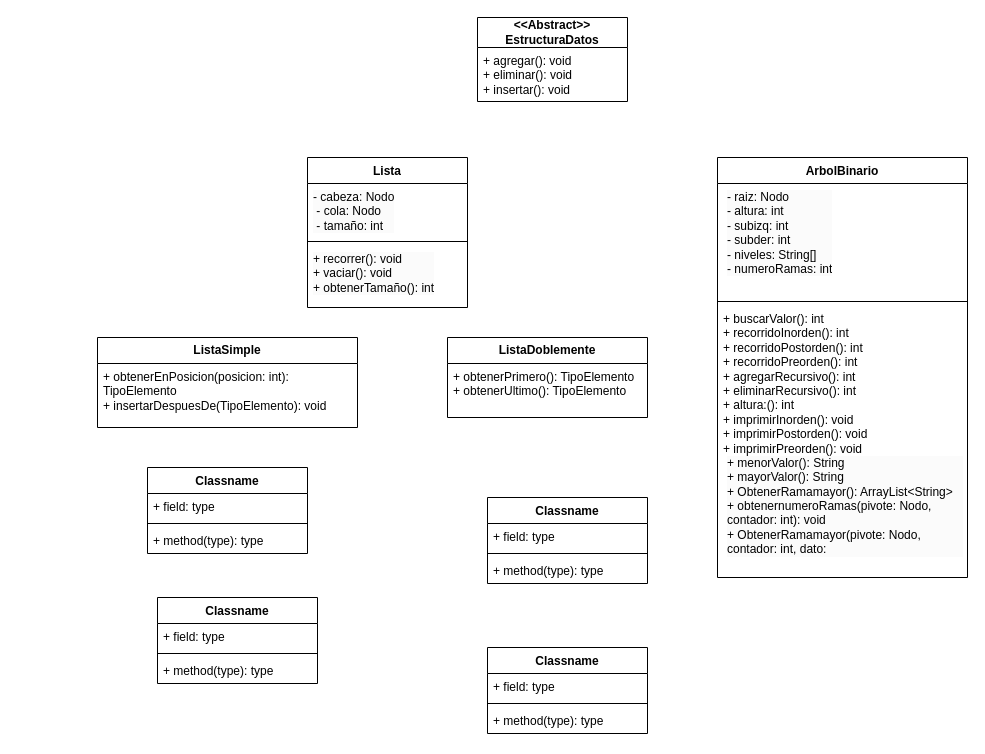
Nikooll/ACD---Estructuras-de-datos keeps this draw.io diagram as ACD - Estructuras de datos.drawio. Above is the earlier version. Source tidied: cells renumbered, new cells numbered last; positions are measured from the earlier drawing's top-left corner, leaving out a move shared by most shapes. Both pictures are drawn from the tidied source at 100%, with x=0, y=0 at pixel (97, 17).
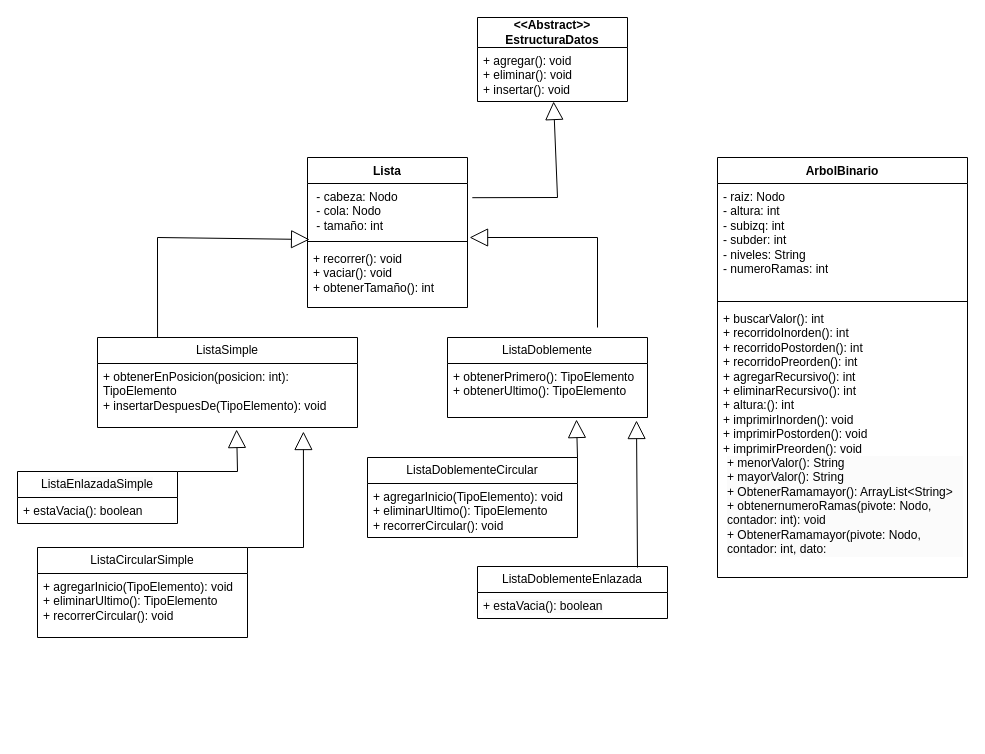
After the change.

Unchanged cells that the change refers to:
```xml
<mxCell id="3" value="+ agregar(): void&lt;br&gt;+ eliminar(): void&lt;br&gt;+ insertar(): void" style="text;strokeColor=none;fillColor=none;align=left;verticalAlign=top;spacingLeft=4;spacingRight=4;overflow=hidden;points=[[0,0.5],[1,0.5]];portConstraint=eastwest;whiteSpace=wrap;html=1;" parent="2" vertex="1">
  <mxGeometry y="30" width="150" height="54" as="geometry" />
</mxCell>
<mxCell id="4" value="ArbolBinario" style="swimlane;fontStyle=1;align=center;verticalAlign=top;horizontal=1;startSize=26;whiteSpace=wrap;html=1;" parent="1" vertex="1">
  <mxGeometry x="620" y="140" width="250" height="420" as="geometry" />
</mxCell>
<mxCell id="8" value="Lista" style="swimlane;fontStyle=1;align=center;verticalAlign=top;horizontal=1;startSize=26;whiteSpace=wrap;html=1;" parent="1" vertex="1">
  <mxGeometry x="210" y="140" width="160" height="150" as="geometry" />
</mxCell>
<mxCell id="10" style="line;strokeWidth=1;fillColor=none;align=left;verticalAlign=middle;spacingTop=-1;spacingLeft=3;spacingRight=3;labelPosition=right;points=[];portConstraint=eastwest;strokeColor=inherit;" parent="8" vertex="1">
  <mxGeometry y="80" width="160" height="8" as="geometry" />
</mxCell>
<mxCell id="13" value="+ obtenerPrimero(): TipoElemento&lt;br&gt;+ obtenerUltimo(): TipoElemento" style="text;strokeColor=none;fillColor=none;align=left;verticalAlign=top;spacingLeft=4;spacingRight=4;overflow=hidden;points=[[0,0.5],[1,0.5]];portConstraint=eastwest;whiteSpace=wrap;html=1;" parent="12" vertex="1">
  <mxGeometry y="26" width="200" height="54" as="geometry" />
</mxCell>
<mxCell id="15" value="+ obtenerEnPosicion(posicion: int): TipoElemento&lt;br&gt;+ insertarDespuesDe(TipoElemento): void&amp;nbsp;&amp;nbsp; " style="text;strokeColor=none;fillColor=none;align=left;verticalAlign=top;spacingLeft=4;spacingRight=4;overflow=hidden;points=[[0,0.5],[1,0.5]];portConstraint=eastwest;whiteSpace=wrap;html=1;" parent="14" vertex="1">
  <mxGeometry y="26" width="260" height="64" as="geometry" />
</mxCell>
```

What changed in the source:
```diff
@@
-    <mxCell id="5" value="&lt;p style=&quot;forced-color-adjust: none; color: rgb(0, 0, 0); font-family: Helvetica; font-size: 12px; font-style: normal; font-variant-ligatures: normal; font-variant-caps: normal; font-weight: 400; letter-spacing: normal; orphans: 2; text-align: left; text-indent: 0px; text-transform: none; widows: 2; word-spacing: 0px; -webkit-text-stroke-width: 0px; white-space: normal; background-color: rgb(251, 251, 251); text-decoration-thickness: initial; text-decoration-style: initial; text-decoration-color: initial; margin: 0px 0px 0px 4px;&quot;&gt;&lt;span style=&quot;forced-color-adjust: none; background-color: initial;&quot;&gt;- raiz: Nodo&lt;/span&gt;&lt;/p&gt;&lt;p style=&quot;forced-color-adjust: none; color: rgb(0, 0, 0); font-family: Helvetica; font-size: 12px; font-style: normal; font-variant-ligatures: normal; font-variant-caps: normal; font-weight: 400; letter-spacing: normal; orphans: 2; text-align: left; text-indent: 0px; text-transform: none; widows: 2; word-spacing: 0px; -webkit-text-stroke-width: 0px; white-space: normal; background-color: rgb(251, 251, 251); text-decoration-thickness: initial; text-decoration-style: initial; text-decoration-color: initial; margin: 0px 0px 0px 4px;&quot;&gt;&lt;span style=&quot;forced-color-adjust: none; background-color: initial;&quot;&gt;- altura: int&lt;/span&gt;&lt;/p&gt;&lt;p style=&quot;forced-color-adjust: none; color: rgb(0, 0, 0); font-family: Helvetica; font-size: 12px; font-style: normal; font-variant-ligatures: normal; font-variant-caps: normal; font-weight: 400; letter-spacing: normal; orphans: 2; text-align: left; text-indent: 0px; text-transform: none; widows: 2; word-spacing: 0px; -webkit-text-stroke-width: 0px; white-space: normal; background-color: rgb(251, 251, 251); text-decoration-thickness: initial; text-decoration-style: initial; text-decoration-color: initial; margin: 0px 0px 0px 4px;&quot;&gt;&lt;span style=&quot;forced-color-adjust: none; background-color: initial;&quot;&gt;- subizq: int&lt;/span&gt;&lt;/p&gt;&lt;p style=&quot;forced-color-adjust: none; color: rgb(0, 0, 0); font-family: Helvetica; font-size: 12px; font-style: normal; font-variant-ligatures: normal; font-variant-caps: normal; font-weight: 400; letter-spacing: normal; orphans: 2; text-align: left; text-indent: 0px; text-transform: none; widows: 2; word-spacing: 0px; -webkit-text-stroke-width: 0px; white-space: normal; background-color: rgb(251, 251, 251); text-decoration-thickness: initial; text-decoration-style: initial; text-decoration-color: initial; margin: 0px 0px 0px 4px;&quot;&gt;&lt;span style=&quot;forced-color-adjust: none; background-color: initial;&quot;&gt;- subder: int&lt;/span&gt;&lt;/p&gt;&lt;p style=&quot;forced-color-adjust: none; color: rgb(0, 0, 0); font-family: Helvetica; font-size: 12px; font-style: normal; font-variant-ligatures: normal; font-variant-caps: normal; font-weight: 400; letter-spacing: normal; orphans: 2; text-align: left; text-indent: 0px; text-transform: none; widows: 2; word-spacing: 0px; -webkit-text-stroke-width: 0px; white-space: normal; background-color: rgb(251, 251, 251); text-decoration-thickness: initial; text-decoration-style: initial; text-decoration-color: initial; margin: 0px 0px 0px 4px;&quot;&gt;&lt;span style=&quot;forced-color-adjust: none; background-color: initial;&quot;&gt;- niveles: String[]&lt;/span&gt;&lt;/p&gt;&lt;p style=&quot;forced-color-adjust: none; color: rgb(0, 0, 0); font-family: Helvetica; font-size: 12px; font-style: normal; font-variant-ligatures: normal; font-variant-caps: normal; font-weight: 400; letter-spacing: normal; orphans: 2; text-align: left; text-indent: 0px; text-transform: none; widows: 2; word-spacing: 0px; -webkit-text-stroke-width: 0px; white-space: normal; background-color: rgb(251, 251, 251); text-decoration-thickness: initial; text-decoration-style: initial; text-decoration-color: initial; margin: 0px 0px 0px 4px;&quot;&gt;&lt;span style=&quot;forced-color-adjust: none; background-color: initial;&quot;&gt;- numeroRamas: int&lt;/span&gt;&lt;/p&gt;" style="text;strokeColor=none;fillColor=none;align=left;verticalAlign=top;spacingLeft=4;spacingRight=4;overflow=hidden;whiteSpace=wrap;html=1;" parent="4" vertex="1">
+    <mxCell id="5" value="- raiz: Nodo&lt;br&gt;- altura: int&lt;br&gt;- subizq: int&lt;br&gt;- subder: int&lt;br&gt;- niveles: String&lt;br&gt;- numeroRamas: int" style="text;strokeColor=none;fillColor=none;align=left;verticalAlign=top;spacingLeft=4;spacingRight=4;overflow=hidden;whiteSpace=wrap;html=1;" parent="4" vertex="1">
       <mxGeometry y="26" width="250" height="114" as="geometry" />
     </mxCell>
@@
-    <mxCell id="9" value="&lt;span style=&quot;color: rgb(0, 0, 0); font-family: Helvetica; font-size: 12px; font-style: normal; font-variant-ligatures: normal; font-variant-caps: normal; font-weight: 400; letter-spacing: normal; orphans: 2; text-align: left; text-indent: 0px; text-transform: none; widows: 2; word-spacing: 0px; -webkit-text-stroke-width: 0px; white-space: normal; background-color: rgb(251, 251, 251); text-decoration-thickness: initial; text-decoration-style: initial; text-decoration-color: initial; display: inline !important; float: none;&quot;&gt;- cabeza: Nodo&lt;/span&gt;&lt;div style=&quot;forced-color-adjust: none; color: rgb(0, 0, 0); font-family: Helvetica; font-size: 12px; font-style: normal; font-variant-ligatures: normal; font-variant-caps: normal; font-weight: 400; letter-spacing: normal; orphans: 2; text-align: left; text-indent: 0px; text-transform: none; widows: 2; word-spacing: 0px; -webkit-text-stroke-width: 0px; white-space: normal; background-color: rgb(251, 251, 251); text-decoration-thickness: initial; text-decoration-style: initial; text-decoration-color: initial;&quot;&gt;&lt;span style=&quot;forced-color-adjust: none; background-color: initial;&quot;&gt;&amp;nbsp;- cola: Nodo&lt;/span&gt;&amp;nbsp;&lt;/div&gt;&lt;div style=&quot;forced-color-adjust: none; color: rgb(0, 0, 0); font-family: Helvetica; font-size: 12px; font-style: normal; font-variant-ligatures: normal; font-variant-caps: normal; font-weight: 400; letter-spacing: normal; orphans: 2; text-align: left; text-indent: 0px; text-transform: none; widows: 2; word-spacing: 0px; -webkit-text-stroke-width: 0px; white-space: normal; background-color: rgb(251, 251, 251); text-decoration-thickness: initial; text-decoration-style: initial; text-decoration-color: initial;&quot;&gt;&amp;nbsp;- tamaño: int&lt;/div&gt;" style="text;strokeColor=none;fillColor=none;align=left;verticalAlign=top;spacingLeft=4;spacingRight=4;overflow=hidden;points=[[0,0.5],[1,0.5]];portConstraint=eastwest;whiteSpace=wrap;html=1;" parent="8" vertex="1">
+    <mxCell id="9" value="&amp;nbsp;- cabeza: Nodo&lt;br&gt;&lt;div&gt;&amp;nbsp;- cola: Nodo&amp;nbsp;&lt;/div&gt;&lt;div&gt;&amp;nbsp;- tamaño: int&amp;nbsp; &lt;/div&gt;" style="text;strokeColor=none;fillColor=none;align=left;verticalAlign=top;spacingLeft=4;spacingRight=4;overflow=hidden;points=[[0,0.5],[1,0.5]];portConstraint=eastwest;whiteSpace=wrap;html=1;" parent="8" vertex="1">
       <mxGeometry y="26" width="160" height="54" as="geometry" />
     </mxCell>
@@
-    <mxCell id="11" value="&lt;div style=&quot;forced-color-adjust: none; color: rgb(0, 0, 0); font-family: Helvetica; font-size: 12px; font-style: normal; font-variant-ligatures: normal; font-variant-caps: normal; font-weight: 400; letter-spacing: normal; orphans: 2; text-align: left; text-indent: 0px; text-transform: none; widows: 2; word-spacing: 0px; -webkit-text-stroke-width: 0px; white-space: normal; background-color: rgb(251, 251, 251); text-decoration-thickness: initial; text-decoration-style: initial; text-decoration-color: initial;&quot;&gt;&lt;div style=&quot;forced-color-adjust: none;&quot;&gt;+ recorrer(): void&lt;/div&gt;&lt;div style=&quot;forced-color-adjust: none;&quot;&gt;&lt;span style=&quot;forced-color-adjust: none; background-color: initial;&quot;&gt;+ vaciar(): void&lt;/span&gt;&lt;br style=&quot;forced-color-adjust: none;&quot;&gt;&lt;/div&gt;&lt;/div&gt;&lt;div style=&quot;forced-color-adjust: none; color: rgb(0, 0, 0); font-family: Helvetica; font-size: 12px; font-style: normal; font-variant-ligatures: normal; font-variant-caps: normal; font-weight: 400; letter-spacing: normal; orphans: 2; text-align: left; text-indent: 0px; text-transform: none; widows: 2; word-spacing: 0px; -webkit-text-stroke-width: 0px; white-space: normal; background-color: rgb(251, 251, 251); text-decoration-thickness: initial; text-decoration-style: initial; text-decoration-color: initial;&quot;&gt;+ obtenerTamaño(): int&lt;/div&gt;" style="text;strokeColor=none;fillColor=none;align=left;verticalAlign=top;spacingLeft=4;spacingRight=4;overflow=hidden;whiteSpace=wrap;html=1;" parent="8" vertex="1">
+    <mxCell id="11" value="+ recorrer(): void&lt;br&gt;+ vaciar(): void&lt;br&gt;+ obtenerTamaño(): int" style="text;strokeColor=none;fillColor=none;align=left;verticalAlign=top;spacingLeft=4;spacingRight=4;overflow=hidden;whiteSpace=wrap;html=1;" parent="8" vertex="1">
       <mxGeometry y="88" width="160" height="62" as="geometry" />
     </mxCell>
-    <mxCell id="12" value="&lt;b&gt;ListaDoblemente&lt;/b&gt;" style="swimlane;fontStyle=0;horizontal=1;startSize=26;fillColor=none;whiteSpace=wrap;html=1;" parent="1" vertex="1">
+    <mxCell id="12" value="ListaDoblemente" style="swimlane;fontStyle=0;horizontal=1;startSize=26;fillColor=none;whiteSpace=wrap;html=1;" parent="1" vertex="1">
       <mxGeometry x="350" y="320" width="200" height="80" as="geometry" />
     </mxCell>
@@
-    <mxCell id="14" value="&lt;b&gt;ListaSimple&lt;/b&gt;" style="swimlane;fontStyle=0;horizontal=1;startSize=26;fillColor=none;whiteSpace=wrap;html=1;" parent="1" vertex="1">
+    <mxCell id="14" value="ListaSimple" style="swimlane;fontStyle=0;horizontal=1;startSize=26;fillColor=none;whiteSpace=wrap;html=1;" parent="1" vertex="1">
       <mxGeometry y="320" width="260" height="90" as="geometry" />
     </mxCell>
@@
-    <mxCell id="16" value="Classname" style="swimlane;fontStyle=1;align=center;verticalAlign=top;horizontal=1;startSize=26;whiteSpace=wrap;html=1;" parent="1" vertex="1">
-      <mxGeometry x="390" y="480" width="160" height="86" as="geometry" />
-    </mxCell>
-    <mxCell id="17" value="+ field: type" style="text;strokeColor=none;fillColor=none;align=left;verticalAlign=top;spacingLeft=4;spacingRight=4;overflow=hidden;whiteSpace=wrap;html=1;" parent="16" vertex="1">
-      <mxGeometry y="26" width="160" height="26" as="geometry" />
-    </mxCell>
-    <mxCell id="18" style="line;strokeWidth=1;fillColor=none;align=left;verticalAlign=middle;spacingTop=-1;spacingLeft=3;spacingRight=3;labelPosition=right;strokeColor=inherit;" parent="16" vertex="1">
-      <mxGeometry y="52" width="160" height="8" as="geometry" />
-    </mxCell>
-    <mxCell id="19" value="+ method(type): type" style="text;strokeColor=none;fillColor=none;align=left;verticalAlign=top;spacingLeft=4;spacingRight=4;overflow=hidden;whiteSpace=wrap;html=1;" parent="16" vertex="1">
-      <mxGeometry y="60" width="160" height="26" as="geometry" />
-    </mxCell>
-    <mxCell id="20" value="Classname" style="swimlane;fontStyle=1;align=center;verticalAlign=top;horizontal=1;startSize=26;whiteSpace=wrap;html=1;" parent="1" vertex="1">
-      <mxGeometry x="50" y="450" width="160" height="86" as="geometry" />
-    </mxCell>
-    <mxCell id="21" value="+ field: type" style="text;strokeColor=none;fillColor=none;align=left;verticalAlign=top;spacingLeft=4;spacingRight=4;overflow=hidden;whiteSpace=wrap;html=1;" parent="20" vertex="1">
-      <mxGeometry y="26" width="160" height="26" as="geometry" />
-    </mxCell>
-    <mxCell id="22" style="line;strokeWidth=1;fillColor=none;align=left;verticalAlign=middle;spacingTop=-1;spacingLeft=3;spacingRight=3;labelPosition=right;strokeColor=inherit;" parent="20" vertex="1">
-      <mxGeometry y="52" width="160" height="8" as="geometry" />
-    </mxCell>
-    <mxCell id="23" value="+ method(type): type" style="text;strokeColor=none;fillColor=none;align=left;verticalAlign=top;spacingLeft=4;spacingRight=4;overflow=hidden;whiteSpace=wrap;html=1;" parent="20" vertex="1">
-      <mxGeometry y="60" width="160" height="26" as="geometry" />
-    </mxCell>
-    <mxCell id="24" value="Classname" style="swimlane;fontStyle=1;align=center;verticalAlign=top;horizontal=1;startSize=26;whiteSpace=wrap;html=1;" parent="1" vertex="1">
-      <mxGeometry x="390" y="630" width="160" height="86" as="geometry" />
-    </mxCell>
-    <mxCell id="25" value="+ field: type" style="text;strokeColor=none;fillColor=none;align=left;verticalAlign=top;spacingLeft=4;spacingRight=4;overflow=hidden;whiteSpace=wrap;html=1;" parent="24" vertex="1">
-      <mxGeometry y="26" width="160" height="26" as="geometry" />
-    </mxCell>
-    <mxCell id="26" style="line;strokeWidth=1;fillColor=none;align=left;verticalAlign=middle;spacingTop=-1;spacingLeft=3;spacingRight=3;labelPosition=right;strokeColor=inherit;" parent="24" vertex="1">
-      <mxGeometry y="52" width="160" height="8" as="geometry" />
-    </mxCell>
-    <mxCell id="27" value="+ method(type): type" style="text;strokeColor=none;fillColor=none;align=left;verticalAlign=top;spacingLeft=4;spacingRight=4;overflow=hidden;whiteSpace=wrap;html=1;" parent="24" vertex="1">
-      <mxGeometry y="60" width="160" height="26" as="geometry" />
-    </mxCell>
-    <mxCell id="28" value="Classname" style="swimlane;fontStyle=1;align=center;verticalAlign=top;horizontal=1;startSize=26;whiteSpace=wrap;html=1;" parent="1" vertex="1">
-      <mxGeometry x="60" y="580" width="160" height="86" as="geometry" />
-    </mxCell>
-    <mxCell id="29" value="+ field: type" style="text;strokeColor=none;fillColor=none;align=left;verticalAlign=top;spacingLeft=4;spacingRight=4;overflow=hidden;whiteSpace=wrap;html=1;" parent="28" vertex="1">
-      <mxGeometry y="26" width="160" height="26" as="geometry" />
-    </mxCell>
-    <mxCell id="30" style="line;strokeWidth=1;fillColor=none;align=left;verticalAlign=middle;spacingTop=-1;spacingLeft=3;spacingRight=3;labelPosition=right;strokeColor=inherit;" parent="28" vertex="1">
-      <mxGeometry y="52" width="160" height="8" as="geometry" />
-    </mxCell>
-    <mxCell id="31" value="+ method(type): type" style="text;strokeColor=none;fillColor=none;align=left;verticalAlign=top;spacingLeft=4;spacingRight=4;overflow=hidden;whiteSpace=wrap;html=1;" parent="28" vertex="1">
-      <mxGeometry y="60" width="160" height="26" as="geometry" />
-    </mxCell>
+    <mxCell id="32" value="ListaDoblementeEnlazada" style="swimlane;fontStyle=0;horizontal=1;startSize=26;fillColor=none;whiteSpace=wrap;html=1;" parent="1" vertex="1">
+      <mxGeometry x="380" y="549" width="190" height="52" as="geometry" />
+    </mxCell>
+    <mxCell id="33" value="&lt;span style=&quot;color: rgb(0, 0, 0); font-family: Helvetica; font-size: 12px; font-style: normal; font-variant-ligatures: normal; font-variant-caps: normal; font-weight: 400; letter-spacing: normal; orphans: 2; text-align: left; text-indent: 0px; text-transform: none; widows: 2; word-spacing: 0px; -webkit-text-stroke-width: 0px; white-space: nowrap; background-color: rgb(251, 251, 251); text-decoration-thickness: initial; text-decoration-style: initial; text-decoration-color: initial; display: inline !important; float: none;&quot;&gt;+ estaVacia(): boolean&lt;/span&gt;" style="text;strokeColor=none;fillColor=none;align=left;verticalAlign=top;spacingLeft=4;spacingRight=4;overflow=hidden;whiteSpace=wrap;html=1;" parent="32" vertex="1">
+      <mxGeometry y="26" width="190" height="26" as="geometry" />
+    </mxCell>
+    <mxCell id="34" value="&lt;span style=&quot;color: rgb(0, 0, 0); font-family: Helvetica; font-size: 12px; font-style: normal; font-variant-ligatures: normal; font-variant-caps: normal; letter-spacing: normal; text-align: center; text-indent: 0px; text-transform: none; word-spacing: 0px; -webkit-text-stroke-width: 0px; white-space: nowrap; background-color: rgb(251, 251, 251); text-decoration-thickness: initial; text-decoration-style: initial; text-decoration-color: initial; display: inline !important; float: none;&quot;&gt;ListaEnlazadaSimple&lt;/span&gt;" style="swimlane;fontStyle=0;horizontal=1;startSize=26;fillColor=none;whiteSpace=wrap;html=1;" parent="1" vertex="1">
+      <mxGeometry x="-80" y="454" width="160" height="52" as="geometry" />
+    </mxCell>
+    <mxCell id="35" value="+ estaVacia(): boolean&amp;nbsp;&amp;nbsp; " style="text;strokeColor=none;fillColor=none;align=left;verticalAlign=top;spacingLeft=4;spacingRight=4;overflow=hidden;whiteSpace=wrap;html=1;" parent="34" vertex="1">
+      <mxGeometry y="26" width="160" height="26" as="geometry" />
+    </mxCell>
+    <mxCell id="36" value="ListaCircularSimple" style="swimlane;fontStyle=0;horizontal=1;startSize=26;fillColor=none;whiteSpace=wrap;html=1;" parent="1" vertex="1">
+      <mxGeometry x="-60" y="530" width="210" height="90" as="geometry" />
+    </mxCell>
+    <mxCell id="37" value="+ agregarInicio(TipoElemento): void &lt;br&gt;+ eliminarUltimo(): TipoElemento &lt;br&gt;+ recorrerCircular(): void&amp;nbsp; " style="text;strokeColor=none;fillColor=none;align=left;verticalAlign=top;spacingLeft=4;spacingRight=4;overflow=hidden;whiteSpace=wrap;html=1;" parent="36" vertex="1">
+      <mxGeometry y="26" width="210" height="64" as="geometry" />
+    </mxCell>
+    <mxCell id="38" value="ListaDoblementeCircular" style="swimlane;fontStyle=0;horizontal=1;startSize=26;fillColor=none;whiteSpace=wrap;html=1;" parent="1" vertex="1">
+      <mxGeometry x="270" y="440" width="210" height="80" as="geometry" />
+    </mxCell>
+    <mxCell id="39" value="&lt;span style=&quot;color: rgb(0, 0, 0); font-family: Helvetica; font-size: 12px; font-style: normal; font-variant-ligatures: normal; font-variant-caps: normal; font-weight: 400; letter-spacing: normal; orphans: 2; text-align: left; text-indent: 0px; text-transform: none; widows: 2; word-spacing: 0px; -webkit-text-stroke-width: 0px; white-space: nowrap; background-color: rgb(251, 251, 251); text-decoration-thickness: initial; text-decoration-style: initial; text-decoration-color: initial; display: inline !important; float: none;&quot;&gt;&lt;/span&gt;+ agregarInicio(TipoElemento): void &lt;br&gt;+ eliminarUltimo(): TipoElemento &lt;br&gt;+ recorrerCircular(): void&amp;nbsp;&amp;nbsp; " style="text;strokeColor=none;fillColor=none;align=left;verticalAlign=top;spacingLeft=4;spacingRight=4;overflow=hidden;whiteSpace=wrap;html=1;" parent="38" vertex="1">
+      <mxGeometry y="26" width="210" height="54" as="geometry" />
+    </mxCell>
+    <mxCell id="40" style="endArrow=block;endSize=16;endFill=0;html=1;rounded=0;exitX=1;exitY=0;exitDx=0;exitDy=0;entryX=0.535;entryY=1.031;entryDx=0;entryDy=0;entryPerimeter=0;" parent="1" edge="1" source="34" target="15">
+      <mxGeometry relative="1" as="geometry">
+        <Array as="points">
+          <mxPoint x="140" y="454" />
+        </Array>
+      </mxGeometry>
+    </mxCell>
+    <mxCell id="41" style="endArrow=block;endSize=16;endFill=0;html=1;rounded=0;entryX=0.792;entryY=1.063;entryDx=0;entryDy=0;entryPerimeter=0;" parent="1" edge="1" target="15">
+      <mxGeometry relative="1" as="geometry">
+        <mxPoint x="150" y="530" as="sourcePoint" />
+        <Array as="points">
+          <mxPoint x="206" y="530" />
+        </Array>
+      </mxGeometry>
+    </mxCell>
+    <mxCell id="42" style="endArrow=block;endSize=16;endFill=0;html=1;rounded=0;exitX=1;exitY=0;exitDx=0;exitDy=0;entryX=0.645;entryY=1.037;entryDx=0;entryDy=0;entryPerimeter=0;" parent="1" edge="1" source="38" target="13">
+      <mxGeometry relative="1" as="geometry" />
+    </mxCell>
+    <mxCell id="43" style="endArrow=block;endSize=16;endFill=0;html=1;rounded=0;entryX=0.945;entryY=1.056;entryDx=0;entryDy=0;entryPerimeter=0;" parent="1" edge="1" target="13">
+      <mxGeometry relative="1" as="geometry">
+        <mxPoint x="540" y="550" as="sourcePoint" />
+      </mxGeometry>
+    </mxCell>
+    <mxCell id="44" style="endArrow=block;endSize=16;endFill=0;html=1;rounded=0;entryX=1.013;entryY=1;entryDx=0;entryDy=0;entryPerimeter=0;" parent="1" edge="1" target="9">
+      <mxGeometry relative="1" as="geometry">
+        <mxPoint x="500" y="310" as="sourcePoint" />
+        <Array as="points">
+          <mxPoint x="500" y="220" />
+        </Array>
+      </mxGeometry>
+    </mxCell>
+    <mxCell id="45" style="endArrow=block;endSize=16;endFill=0;html=1;rounded=0;exitX=0.231;exitY=0;exitDx=0;exitDy=0;exitPerimeter=0;entryX=0.013;entryY=0.25;entryDx=0;entryDy=0;entryPerimeter=0;" parent="1" edge="1" source="14" target="10">
+      <mxGeometry relative="1" as="geometry">
+        <Array as="points">
+          <mxPoint x="60" y="220" />
+        </Array>
+      </mxGeometry>
+    </mxCell>
+    <mxCell id="46" style="endArrow=block;endSize=16;endFill=0;html=1;rounded=0;exitX=1.03;exitY=0.263;exitDx=0;exitDy=0;exitPerimeter=0;" parent="1" edge="1" source="9" target="3">
+      <mxGeometry relative="1" as="geometry">
+        <Array as="points">
+          <mxPoint x="460" y="180" />
+        </Array>
+      </mxGeometry>
+    </mxCell>
```
